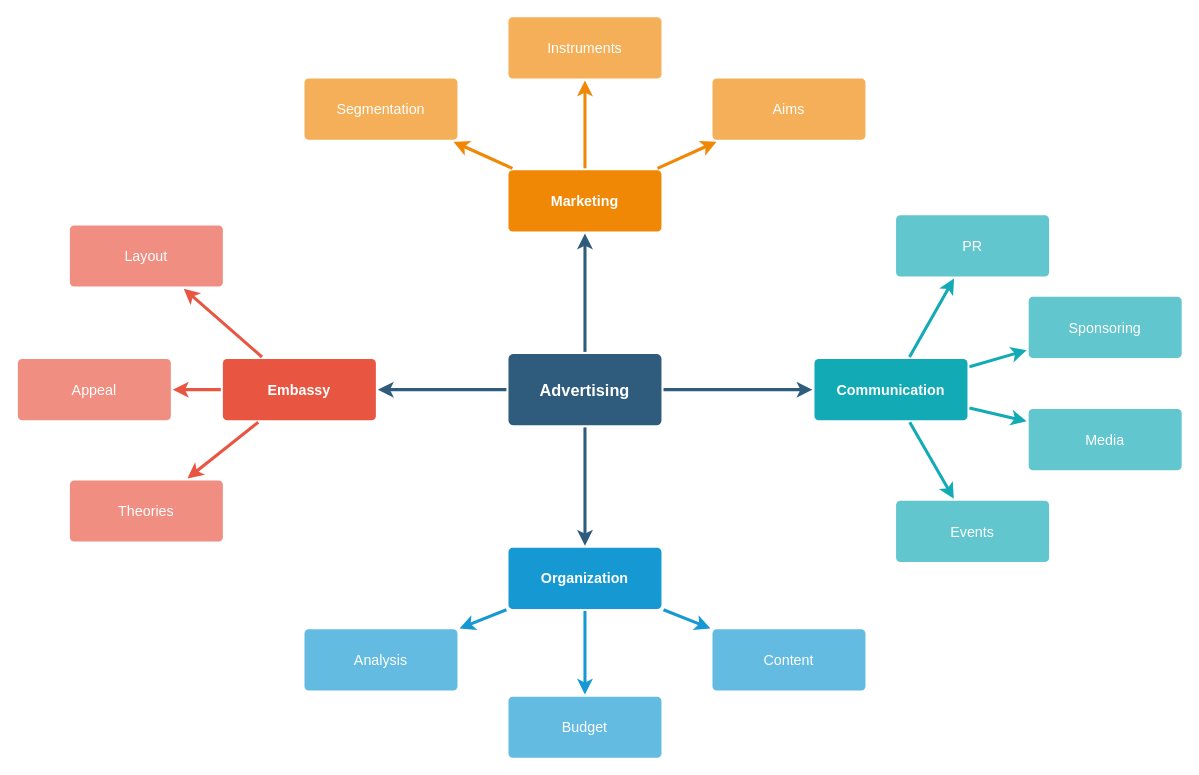
This is project_island-port.drawio from ebcp-dev/diagrams, a draw.io file, before an edit. Source tidied: cells renumbered, new cells numbered last; positions are measured from the earlier drawing's top-left corner, leaving out a move shared by most shapes. Both pictures are drawn from the tidied source at 102%, with x=0, y=0 at pixel (17, 16).
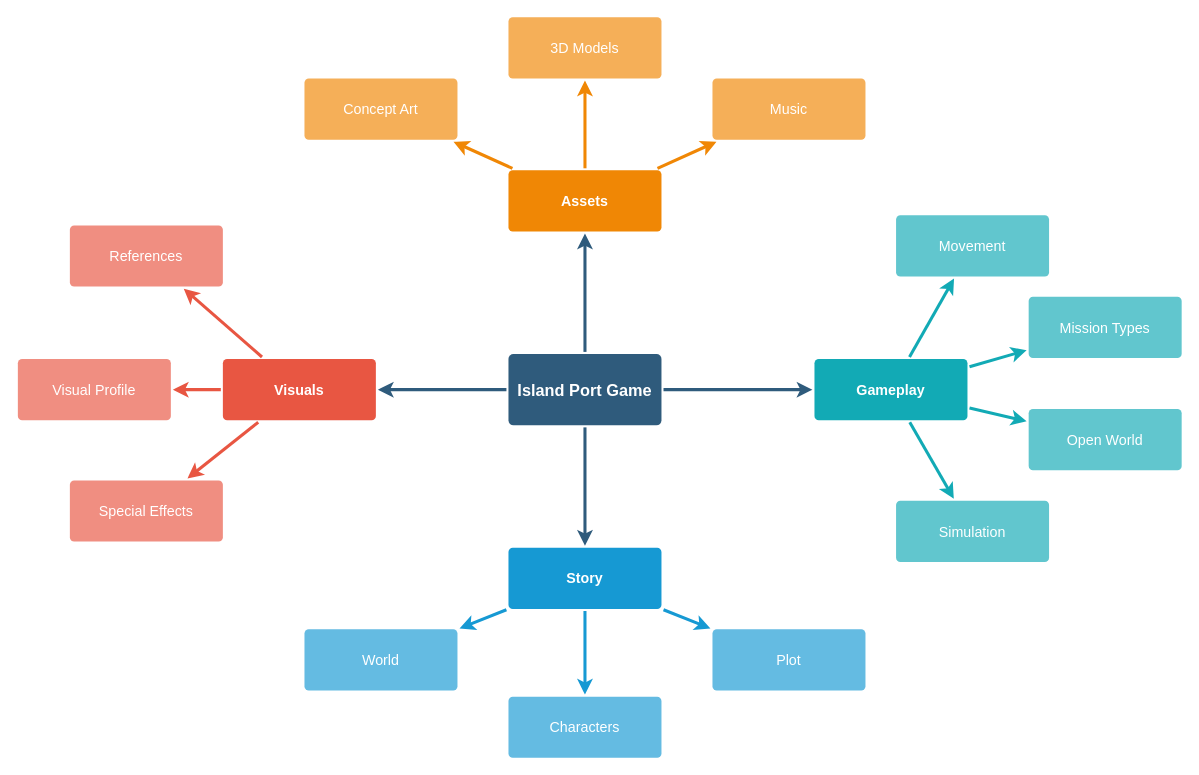
Above is the later version.

Commit message:
added major components

The edit, as a diff of the source:
```diff
@@
-    <mxCell id="6" value="Advertising" style="rounded=1;whiteSpace=wrap;html=1;shadow=0;labelBackgroundColor=none;strokeColor=none;strokeWidth=3;fillColor=#2F5B7C;fontFamily=Helvetica;fontSize=16;fontColor=#FFFFFF;align=center;fontStyle=1;spacing=5;arcSize=7;perimeterSpacing=2;" parent="1" vertex="1">
+    <mxCell id="6" value="Island Port Game" style="rounded=1;whiteSpace=wrap;html=1;shadow=0;labelBackgroundColor=none;strokeColor=none;strokeWidth=3;fillColor=#2F5B7C;fontFamily=Helvetica;fontSize=16;fontColor=#FFFFFF;align=center;fontStyle=1;spacing=5;arcSize=7;perimeterSpacing=2;" parent="1" vertex="1">
       <mxGeometry x="481" y="330.5" width="150" height="70" as="geometry" />
     </mxCell>
@@
-    <mxCell id="10" value="Embassy" style="rounded=1;whiteSpace=wrap;html=1;shadow=0;labelBackgroundColor=none;strokeColor=none;strokeWidth=3;fillColor=#e85642;fontFamily=Helvetica;fontSize=14;fontColor=#FFFFFF;align=center;spacing=5;fontStyle=1;arcSize=7;perimeterSpacing=2;" parent="1" vertex="1">
+    <mxCell id="10" value="Visuals" style="rounded=1;whiteSpace=wrap;html=1;shadow=0;labelBackgroundColor=none;strokeColor=none;strokeWidth=3;fillColor=#e85642;fontFamily=Helvetica;fontSize=14;fontColor=#FFFFFF;align=center;spacing=5;fontStyle=1;arcSize=7;perimeterSpacing=2;" parent="1" vertex="1">
       <mxGeometry x="201" y="335.5" width="150" height="60" as="geometry" />
     </mxCell>
-    <mxCell id="11" value="Theories" style="rounded=1;whiteSpace=wrap;html=1;shadow=0;labelBackgroundColor=none;strokeColor=none;strokeWidth=3;fillColor=#f08e81;fontFamily=Helvetica;fontSize=14;fontColor=#FFFFFF;align=center;spacing=5;fontStyle=0;arcSize=7;perimeterSpacing=2;" parent="1" vertex="1">
+    <mxCell id="11" value="Special Effects" style="rounded=1;whiteSpace=wrap;html=1;shadow=0;labelBackgroundColor=none;strokeColor=none;strokeWidth=3;fillColor=#f08e81;fontFamily=Helvetica;fontSize=14;fontColor=#FFFFFF;align=center;spacing=5;fontStyle=0;arcSize=7;perimeterSpacing=2;" parent="1" vertex="1">
       <mxGeometry x="51" y="454.5" width="150" height="60" as="geometry" />
     </mxCell>
-    <mxCell id="12" value="Appeal" style="rounded=1;whiteSpace=wrap;html=1;shadow=0;labelBackgroundColor=none;strokeColor=none;strokeWidth=3;fillColor=#f08e81;fontFamily=Helvetica;fontSize=14;fontColor=#FFFFFF;align=center;spacing=5;fontStyle=0;arcSize=7;perimeterSpacing=2;" parent="1" vertex="1">
+    <mxCell id="12" value="Visual Profile" style="rounded=1;whiteSpace=wrap;html=1;shadow=0;labelBackgroundColor=none;strokeColor=none;strokeWidth=3;fillColor=#f08e81;fontFamily=Helvetica;fontSize=14;fontColor=#FFFFFF;align=center;spacing=5;fontStyle=0;arcSize=7;perimeterSpacing=2;" parent="1" vertex="1">
       <mxGeometry y="335.5" width="150" height="60" as="geometry" />
     </mxCell>
-    <mxCell id="13" value="Layout" style="rounded=1;whiteSpace=wrap;html=1;shadow=0;labelBackgroundColor=none;strokeColor=none;strokeWidth=3;fillColor=#f08e81;fontFamily=Helvetica;fontSize=14;fontColor=#FFFFFF;align=center;spacing=5;fontStyle=0;arcSize=7;perimeterSpacing=2;" parent="1" vertex="1">
+    <mxCell id="13" value="References" style="rounded=1;whiteSpace=wrap;html=1;shadow=0;labelBackgroundColor=none;strokeColor=none;strokeWidth=3;fillColor=#f08e81;fontFamily=Helvetica;fontSize=14;fontColor=#FFFFFF;align=center;spacing=5;fontStyle=0;arcSize=7;perimeterSpacing=2;" parent="1" vertex="1">
       <mxGeometry x="51" y="204.5" width="150" height="60" as="geometry" />
     </mxCell>
@@
-    <mxCell id="17" value="Organization" style="rounded=1;whiteSpace=wrap;html=1;shadow=0;labelBackgroundColor=none;strokeColor=none;strokeWidth=3;fillColor=#1699d3;fontFamily=Helvetica;fontSize=14;fontColor=#FFFFFF;align=center;spacing=5;fontStyle=1;arcSize=7;perimeterSpacing=2;" parent="1" vertex="1">
+    <mxCell id="17" value="Story" style="rounded=1;whiteSpace=wrap;html=1;shadow=0;labelBackgroundColor=none;strokeColor=none;strokeWidth=3;fillColor=#1699d3;fontFamily=Helvetica;fontSize=14;fontColor=#FFFFFF;align=center;spacing=5;fontStyle=1;arcSize=7;perimeterSpacing=2;" parent="1" vertex="1">
       <mxGeometry x="481" y="520.5" width="150" height="60" as="geometry" />
     </mxCell>
-    <mxCell id="18" value="Content" style="rounded=1;whiteSpace=wrap;html=1;shadow=0;labelBackgroundColor=none;strokeColor=none;strokeWidth=3;fillColor=#64bbe2;fontFamily=Helvetica;fontSize=14;fontColor=#FFFFFF;align=center;spacing=5;arcSize=7;perimeterSpacing=2;" parent="1" vertex="1">
+    <mxCell id="18" value="Plot" style="rounded=1;whiteSpace=wrap;html=1;shadow=0;labelBackgroundColor=none;strokeColor=none;strokeWidth=3;fillColor=#64bbe2;fontFamily=Helvetica;fontSize=14;fontColor=#FFFFFF;align=center;spacing=5;arcSize=7;perimeterSpacing=2;" parent="1" vertex="1">
       <mxGeometry x="681" y="600.5" width="150" height="60" as="geometry" />
     </mxCell>
-    <mxCell id="19" value="Budget" style="rounded=1;whiteSpace=wrap;html=1;shadow=0;labelBackgroundColor=none;strokeColor=none;strokeWidth=3;fillColor=#64bbe2;fontFamily=Helvetica;fontSize=14;fontColor=#FFFFFF;align=center;spacing=5;arcSize=7;perimeterSpacing=2;" parent="1" vertex="1">
+    <mxCell id="19" value="Characters" style="rounded=1;whiteSpace=wrap;html=1;shadow=0;labelBackgroundColor=none;strokeColor=none;strokeWidth=3;fillColor=#64bbe2;fontFamily=Helvetica;fontSize=14;fontColor=#FFFFFF;align=center;spacing=5;arcSize=7;perimeterSpacing=2;" parent="1" vertex="1">
       <mxGeometry x="481" y="666.5" width="150" height="60" as="geometry" />
     </mxCell>
-    <mxCell id="20" value="Analysis" style="rounded=1;whiteSpace=wrap;html=1;shadow=0;labelBackgroundColor=none;strokeColor=none;strokeWidth=3;fillColor=#64bbe2;fontFamily=Helvetica;fontSize=14;fontColor=#FFFFFF;align=center;spacing=5;arcSize=7;perimeterSpacing=2;" parent="1" vertex="1">
+    <mxCell id="20" value="World" style="rounded=1;whiteSpace=wrap;html=1;shadow=0;labelBackgroundColor=none;strokeColor=none;strokeWidth=3;fillColor=#64bbe2;fontFamily=Helvetica;fontSize=14;fontColor=#FFFFFF;align=center;spacing=5;arcSize=7;perimeterSpacing=2;" parent="1" vertex="1">
       <mxGeometry x="281" y="600.5" width="150" height="60" as="geometry" />
     </mxCell>
-    <mxCell id="21" value="Marketing" style="rounded=1;whiteSpace=wrap;html=1;shadow=0;labelBackgroundColor=none;strokeColor=none;strokeWidth=3;fillColor=#F08705;fontFamily=Helvetica;fontSize=14;fontColor=#FFFFFF;align=center;spacing=5;fontStyle=1;arcSize=7;perimeterSpacing=2;" parent="1" vertex="1">
+    <mxCell id="21" value="Assets" style="rounded=1;whiteSpace=wrap;html=1;shadow=0;labelBackgroundColor=none;strokeColor=none;strokeWidth=3;fillColor=#F08705;fontFamily=Helvetica;fontSize=14;fontColor=#FFFFFF;align=center;spacing=5;fontStyle=1;arcSize=7;perimeterSpacing=2;" parent="1" vertex="1">
       <mxGeometry x="481" y="150.5" width="150" height="60" as="geometry" />
     </mxCell>
-    <mxCell id="22" value="Aims&lt;br&gt;" style="rounded=1;whiteSpace=wrap;html=1;shadow=0;labelBackgroundColor=none;strokeColor=none;strokeWidth=3;fillColor=#f5af58;fontFamily=Helvetica;fontSize=14;fontColor=#FFFFFF;align=center;spacing=5;arcSize=7;perimeterSpacing=2;" parent="1" vertex="1">
+    <mxCell id="22" value="Music" style="rounded=1;whiteSpace=wrap;html=1;shadow=0;labelBackgroundColor=none;strokeColor=none;strokeWidth=3;fillColor=#f5af58;fontFamily=Helvetica;fontSize=14;fontColor=#FFFFFF;align=center;spacing=5;arcSize=7;perimeterSpacing=2;" parent="1" vertex="1">
       <mxGeometry x="681" y="60.5" width="150" height="60" as="geometry" />
     </mxCell>
@@
-    <mxCell id="24" value="Instruments" style="rounded=1;whiteSpace=wrap;html=1;shadow=0;labelBackgroundColor=none;strokeColor=none;strokeWidth=3;fillColor=#f5af58;fontFamily=Helvetica;fontSize=14;fontColor=#FFFFFF;align=center;spacing=5;arcSize=7;perimeterSpacing=2;" parent="1" vertex="1">
+    <mxCell id="24" value="3D Models" style="rounded=1;whiteSpace=wrap;html=1;shadow=0;labelBackgroundColor=none;strokeColor=none;strokeWidth=3;fillColor=#f5af58;fontFamily=Helvetica;fontSize=14;fontColor=#FFFFFF;align=center;spacing=5;arcSize=7;perimeterSpacing=2;" parent="1" vertex="1">
       <mxGeometry x="481" y="0.5" width="150" height="60" as="geometry" />
     </mxCell>
@@
-    <mxCell id="26" value="Segmentation" style="rounded=1;whiteSpace=wrap;html=1;shadow=0;labelBackgroundColor=none;strokeColor=none;strokeWidth=3;fillColor=#f5af58;fontFamily=Helvetica;fontSize=14;fontColor=#FFFFFF;align=center;spacing=5;arcSize=7;perimeterSpacing=2;" parent="1" vertex="1">
+    <mxCell id="26" value="Concept Art" style="rounded=1;whiteSpace=wrap;html=1;shadow=0;labelBackgroundColor=none;strokeColor=none;strokeWidth=3;fillColor=#f5af58;fontFamily=Helvetica;fontSize=14;fontColor=#FFFFFF;align=center;spacing=5;arcSize=7;perimeterSpacing=2;" parent="1" vertex="1">
       <mxGeometry x="281" y="60.5" width="150" height="60" as="geometry" />
     </mxCell>
@@
-    <mxCell id="28" value="Communication" style="rounded=1;whiteSpace=wrap;html=1;shadow=0;labelBackgroundColor=none;strokeColor=none;strokeWidth=3;fillColor=#12aab5;fontFamily=Helvetica;fontSize=14;fontColor=#FFFFFF;align=center;spacing=5;fontStyle=1;arcSize=7;perimeterSpacing=2;" parent="1" vertex="1">
+    <mxCell id="28" value="Gameplay" style="rounded=1;whiteSpace=wrap;html=1;shadow=0;labelBackgroundColor=none;strokeColor=none;strokeWidth=3;fillColor=#12aab5;fontFamily=Helvetica;fontSize=14;fontColor=#FFFFFF;align=center;spacing=5;fontStyle=1;arcSize=7;perimeterSpacing=2;" parent="1" vertex="1">
       <mxGeometry x="781" y="335.5" width="150" height="60" as="geometry" />
     </mxCell>
-    <mxCell id="29" value="Events" style="rounded=1;whiteSpace=wrap;html=1;shadow=0;labelBackgroundColor=none;strokeColor=none;strokeWidth=3;fillColor=#61c6ce;fontFamily=Helvetica;fontSize=14;fontColor=#FFFFFF;align=center;spacing=5;fontStyle=0;arcSize=7;perimeterSpacing=2;" parent="1" vertex="1">
+    <mxCell id="29" value="Simulation" style="rounded=1;whiteSpace=wrap;html=1;shadow=0;labelBackgroundColor=none;strokeColor=none;strokeWidth=3;fillColor=#61c6ce;fontFamily=Helvetica;fontSize=14;fontColor=#FFFFFF;align=center;spacing=5;fontStyle=0;arcSize=7;perimeterSpacing=2;" parent="1" vertex="1">
       <mxGeometry x="861" y="474.5" width="150" height="60" as="geometry" />
     </mxCell>
@@
-    <mxCell id="31" value="Media" style="rounded=1;whiteSpace=wrap;html=1;shadow=0;labelBackgroundColor=none;strokeColor=none;strokeWidth=3;fillColor=#61c6ce;fontFamily=Helvetica;fontSize=14;fontColor=#FFFFFF;align=center;spacing=5;fontStyle=0;arcSize=7;perimeterSpacing=2;" parent="1" vertex="1">
+    <mxCell id="31" value="Open World" style="rounded=1;whiteSpace=wrap;html=1;shadow=0;labelBackgroundColor=none;strokeColor=none;strokeWidth=3;fillColor=#61c6ce;fontFamily=Helvetica;fontSize=14;fontColor=#FFFFFF;align=center;spacing=5;fontStyle=0;arcSize=7;perimeterSpacing=2;" parent="1" vertex="1">
       <mxGeometry x="991" y="384.5" width="150" height="60" as="geometry" />
     </mxCell>
@@
-    <mxCell id="33" value="Sponsoring" style="rounded=1;whiteSpace=wrap;html=1;shadow=0;labelBackgroundColor=none;strokeColor=none;strokeWidth=3;fillColor=#61c6ce;fontFamily=Helvetica;fontSize=14;fontColor=#FFFFFF;align=center;spacing=5;fontStyle=0;arcSize=7;perimeterSpacing=2;" parent="1" vertex="1">
+    <mxCell id="33" value="Mission Types" style="rounded=1;whiteSpace=wrap;html=1;shadow=0;labelBackgroundColor=none;strokeColor=none;strokeWidth=3;fillColor=#61c6ce;fontFamily=Helvetica;fontSize=14;fontColor=#FFFFFF;align=center;spacing=5;fontStyle=0;arcSize=7;perimeterSpacing=2;" parent="1" vertex="1">
       <mxGeometry x="991" y="274.5" width="150" height="60" as="geometry" />
     </mxCell>
@@
-    <mxCell id="35" value="PR" style="rounded=1;whiteSpace=wrap;html=1;shadow=0;labelBackgroundColor=none;strokeColor=none;strokeWidth=3;fillColor=#61c6ce;fontFamily=Helvetica;fontSize=14;fontColor=#FFFFFF;align=center;spacing=5;fontStyle=0;arcSize=7;perimeterSpacing=2;" parent="1" vertex="1">
+    <mxCell id="35" value="Movement" style="rounded=1;whiteSpace=wrap;html=1;shadow=0;labelBackgroundColor=none;strokeColor=none;strokeWidth=3;fillColor=#61c6ce;fontFamily=Helvetica;fontSize=14;fontColor=#FFFFFF;align=center;spacing=5;fontStyle=0;arcSize=7;perimeterSpacing=2;" parent="1" vertex="1">
       <mxGeometry x="861" y="194.5" width="150" height="60" as="geometry" />
     </mxCell>
```
